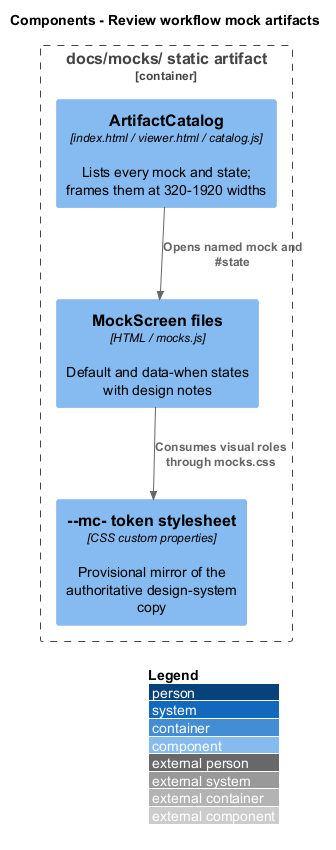
Above: docs/detailed-designs/artifacts/review-workflow-mocks/diagrams/c4-component.png in QuinntyneBrown/mission-control (PlantUML), before the change.
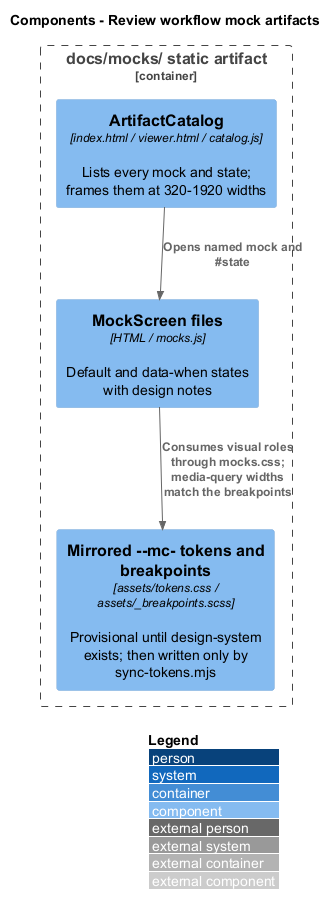
After the change.

Change to the diagram source:
```diff
@@ -5,8 +5,8 @@
 Container_Boundary(site, "docs/mocks/ static artifact") {
   Component(catalog, "ArtifactCatalog", "index.html / viewer.html / catalog.js", "Lists every mock and state; frames them at 320-1920 widths")
   Component(examples, "MockScreen files", "HTML / mocks.js", "Default and data-when states with design notes")
-  Component(tokens, "--mc- token stylesheet", "CSS custom properties", "Provisional mirror of the authoritative design-system copy")
+  Component(tokens, "Mirrored --mc- tokens and breakpoints", "assets/tokens.css / assets/_breakpoints.scss", "Provisional until design-system exists; then written only by sync-tokens.mjs")
 }
 Rel(catalog, examples, "Opens named mock and #state")
-Rel(examples, tokens, "Consumes visual roles through mocks.css")
+Rel(examples, tokens, "Consumes visual roles through mocks.css; media-query widths match the breakpoints")
 @enduml
```
